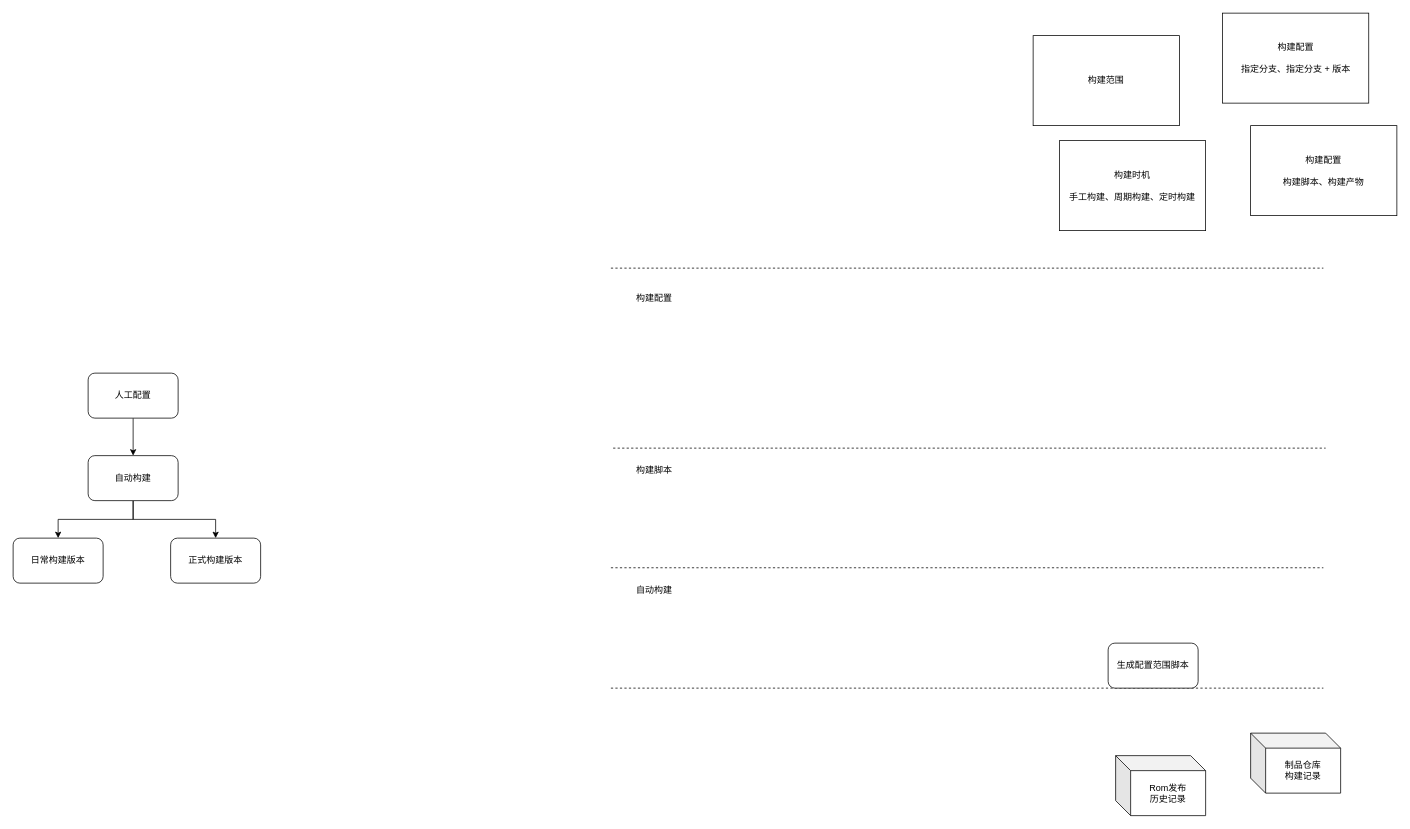
walkwall/drawing keeps this draw.io diagram as Copy of 自动构建流程示意图.drawio. Above is the earlier version. Source tidied: cells renumbered, new cells numbered last; positions are measured from the earlier drawing's top-left corner, leaving out a move shared by most shapes. Both pictures are drawn from the tidied source at 75%, with x=0, y=0 at pixel (13, 13).
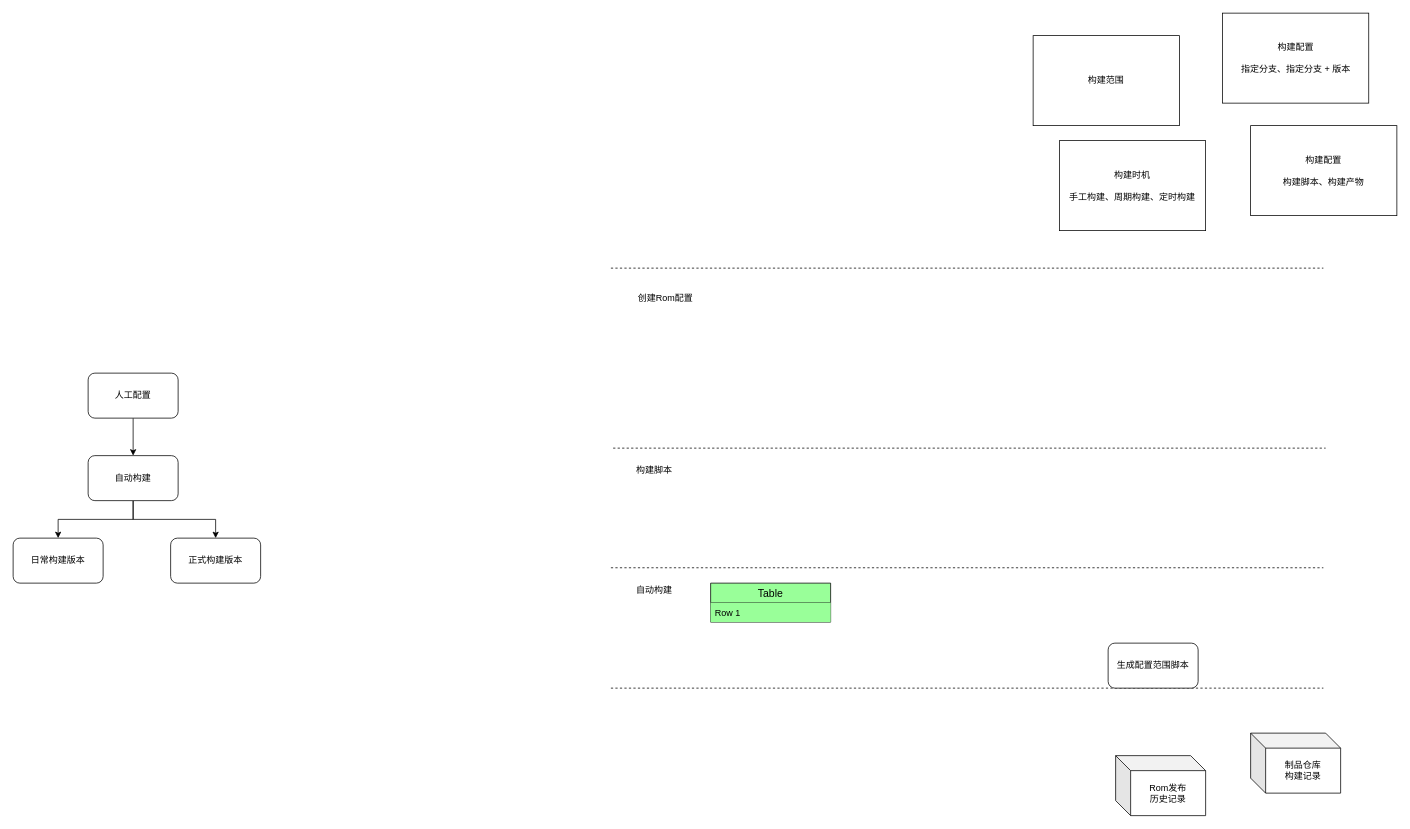
Above is the later version.

Commit message:
Update Copy of 自动构建流程示意图.drawio

The edit, as a diff of the source:
```diff
@@
-    <mxCell id="16" value="构建配置" style="text;html=1;strokeColor=none;fillColor=none;align=center;verticalAlign=middle;whiteSpace=wrap;rounded=0;" parent="1" vertex="1">
-      <mxGeometry x="830" y="370" width="50" height="20" as="geometry" />
+    <mxCell id="16" value="创建Rom配置" style="text;html=1;strokeColor=none;fillColor=none;align=center;verticalAlign=middle;whiteSpace=wrap;rounded=0;" parent="1" vertex="1">
+      <mxGeometry x="830" y="370" width="80" height="20" as="geometry" />
     </mxCell>
@@
+    <mxCell id="23" value="Table" style="swimlane;fontStyle=0;horizontal=1;startSize=26;fillColor=#99FF99;swimlaneFillColor=none;align=center;fontSize=14;rotation=0;labelBackgroundColor=none;perimeterSpacing=1;" parent="1" vertex="1">
+      <mxGeometry x="930" y="760" width="160" height="52" as="geometry" />
+    </mxCell>
+    <mxCell id="24" value="Row 1" style="text;strokeColor=none;fillColor=#99FF99;spacingLeft=4;spacingRight=4;overflow=hidden;fontSize=12;" parent="23" vertex="1">
+      <mxGeometry y="26" width="160" height="26" as="geometry" />
+    </mxCell>
```
